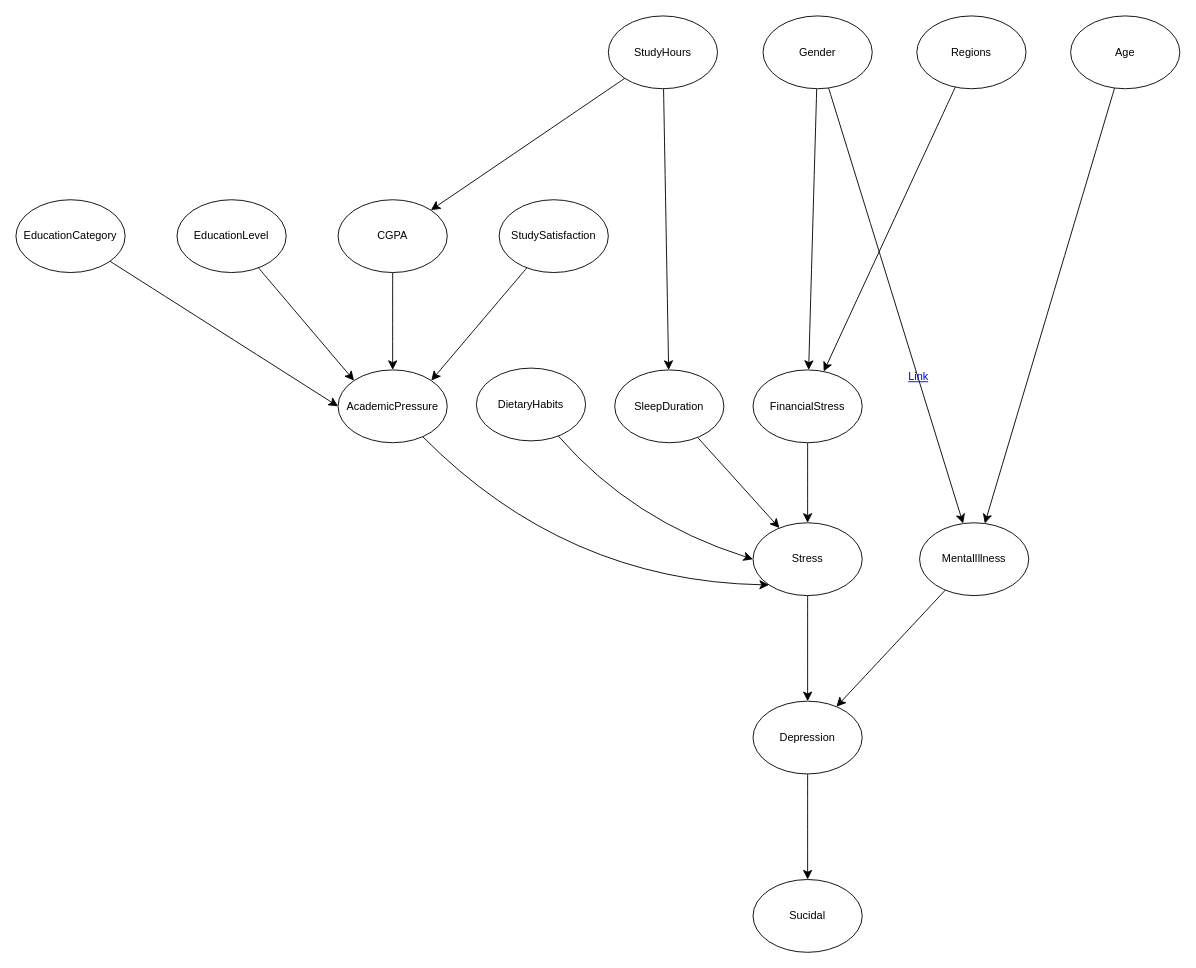
Earlier version of the draw.io diagram page "Structure" (2 of 2) of Pelle/BN_structure.drawio (Shardyne/faikr3-project). Source tidied: cells renumbered, new cells numbered last; positions are measured from the earlier drawing's top-left corner, leaving out a move shared by most shapes. Both pictures are drawn from the tidied source at 91%, with x=0, y=0 at pixel (15, 15).
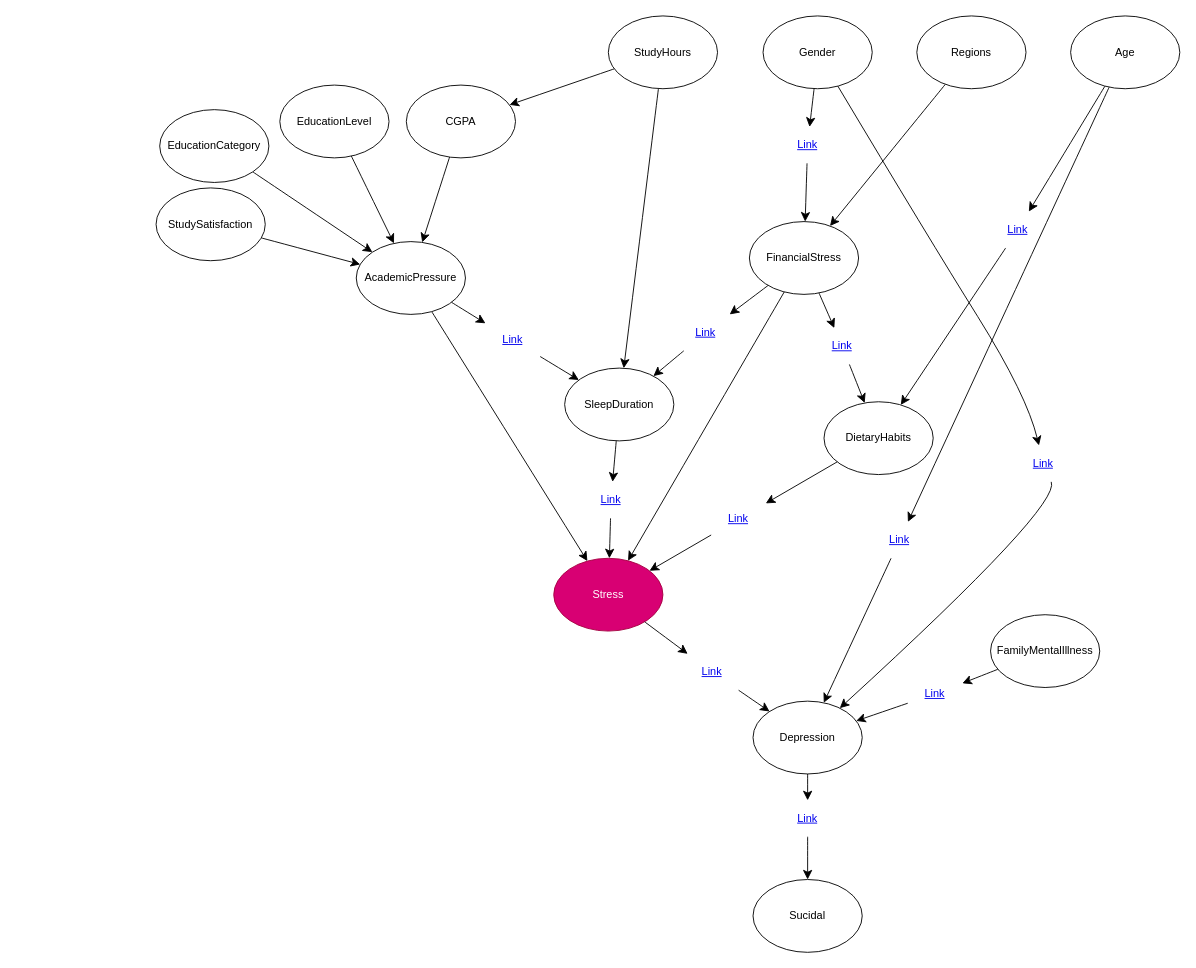
Above is the later version.

Commit message:
New revision of BN network structure with articles

Unchanged cells that the change refers to:
```xml
<mxCell id="3" value="Depression" style="ellipse;whiteSpace=wrap;html=1;" parent="1" vertex="1">
  <mxGeometry x="810" y="753" width="120" height="80" as="geometry" />
</mxCell>
<mxCell id="4" value="Sucidal" style="ellipse;whiteSpace=wrap;html=1;" parent="1" vertex="1">
  <mxGeometry x="810" y="949" width="120" height="80" as="geometry" />
</mxCell>
<mxCell id="32" value="Gender" style="ellipse;whiteSpace=wrap;html=1;" parent="1" vertex="1">
  <mxGeometry x="821" width="120" height="80" as="geometry" />
</mxCell>
<mxCell id="34" value="Age" style="ellipse;whiteSpace=wrap;html=1;" parent="1" vertex="1">
  <mxGeometry x="1159" width="120" height="80" as="geometry" />
</mxCell>
```

Diff of the diagram source:
```diff
@@
-    <mxCell id="2" style="edgeStyle=none;curved=1;rounded=0;jettySize=auto;html=1;fontSize=12;startSize=8;endSize=8;" parent="1" edge="1" source="3" target="4">
+    <mxCell id="2" style="edgeStyle=none;curved=1;rounded=0;jettySize=auto;html=1;fontSize=12;startSize=8;endSize=8;" parent="1" edge="1" source="47" target="4">
       <mxGeometry relative="1" as="geometry" />
     </mxCell>
@@
-    <mxCell id="5" style="edgeStyle=none;curved=1;rounded=0;jettySize=auto;html=1;fontSize=12;startSize=8;endSize=8;" parent="1" edge="1" source="6" target="3">
+    <mxCell id="5" style="edgeStyle=none;curved=1;rounded=0;jettySize=auto;html=1;fontSize=12;startSize=8;endSize=8;" parent="1" edge="1" source="61" target="3">
       <mxGeometry relative="1" as="geometry" />
     </mxCell>
-    <mxCell id="6" value="MentalIllness" style="ellipse;whiteSpace=wrap;html=1;" parent="1" vertex="1">
-      <mxGeometry x="993" y="557" width="120" height="80" as="geometry" />
+    <mxCell id="6" value="FamilyMentalIllness" style="ellipse;whiteSpace=wrap;html=1;" parent="1" vertex="1">
+      <mxGeometry x="1071" y="658" width="120" height="80" as="geometry" />
     </mxCell>
-    <mxCell id="7" style="edgeStyle=none;curved=1;rounded=0;jettySize=auto;html=1;fontSize=12;startSize=8;endSize=8;" parent="1" edge="1" source="8" target="3">
+    <mxCell id="7" style="edgeStyle=none;curved=1;rounded=0;jettySize=auto;html=1;fontSize=12;startSize=8;endSize=8;" parent="1" edge="1" source="49" target="3">
       <mxGeometry relative="1" as="geometry" />
     </mxCell>
-    <mxCell id="8" value="Stress" style="ellipse;whiteSpace=wrap;html=1;strokeColor=light-dark(#000000,#FF0000);" parent="1" vertex="1">
-      <mxGeometry x="810" y="557" width="120" height="80" as="geometry" />
+    <mxCell id="8" value="Stress" style="ellipse;whiteSpace=wrap;html=1;strokeColor=#A50040;fillColor=#d80073;fontColor=#ffffff;" parent="1" vertex="1">
+      <mxGeometry x="591" y="596" width="120" height="80" as="geometry" />
     </mxCell>
@@
+    <mxCell id="36" style="edgeStyle=none;curved=1;rounded=0;jettySize=auto;html=1;fontSize=12;startSize=8;endSize=8;" parent="1" edge="1" source="55" target="14">
+      <mxGeometry relative="1" as="geometry" />
+    </mxCell>
+    <mxCell id="37" style="edgeStyle=none;curved=1;rounded=0;jettySize=auto;html=1;fontSize=12;startSize=8;endSize=8;" parent="1" edge="1" source="53" target="12">
+      <mxGeometry relative="1" as="geometry" />
+    </mxCell>
     <mxCell id="10" value="FinancialStress" style="ellipse;whiteSpace=wrap;html=1;" parent="1" vertex="1">
-      <mxGeometry x="810" y="389" width="120" height="80" as="geometry" />
+      <mxGeometry x="806" y="226" width="120" height="80" as="geometry" />
     </mxCell>
-    <mxCell id="11" style="edgeStyle=none;curved=1;rounded=0;jettySize=auto;html=1;fontSize=12;startSize=8;endSize=8;" parent="1" edge="1" source="12" target="8">
+    <mxCell id="11" style="edgeStyle=none;curved=1;rounded=0;jettySize=auto;html=1;fontSize=12;startSize=8;endSize=8;" parent="1" edge="1" source="57" target="8">
       <mxGeometry relative="1" as="geometry" />
     </mxCell>
     <mxCell id="12" value="SleepDuration" style="ellipse;whiteSpace=wrap;html=1;" parent="1" vertex="1">
-      <mxGeometry x="658" y="389" width="120" height="80" as="geometry" />
+      <mxGeometry x="603" y="387" width="120" height="80" as="geometry" />
     </mxCell>
-    <mxCell id="13" style="edgeStyle=none;curved=1;rounded=0;jettySize=auto;html=1;fontSize=12;startSize=8;endSize=8;entryX=0;entryY=0.5;entryDx=0;entryDy=0;" parent="1" edge="1" source="14" target="8">
-      <mxGeometry relative="1" as="geometry">
-        <Array as="points">
-          <mxPoint x="677" y="555" />
-        </Array>
-      </mxGeometry>
+    <mxCell id="13" style="rounded=0;jettySize=auto;html=1;fontSize=12;startSize=8;endSize=8;" parent="1" edge="1" source="51" target="8">
+      <mxGeometry relative="1" as="geometry" />
     </mxCell>
     <mxCell id="14" value="DietaryHabits" style="ellipse;whiteSpace=wrap;html=1;" parent="1" vertex="1">
-      <mxGeometry x="506" y="387" width="120" height="80" as="geometry" />
+      <mxGeometry x="888" y="424" width="120" height="80" as="geometry" />
     </mxCell>
-    <mxCell id="15" style="edgeStyle=none;curved=1;rounded=0;jettySize=auto;html=1;entryX=0;entryY=1;entryDx=0;entryDy=0;fontSize=12;startSize=8;endSize=8;" parent="1" edge="1" source="16" target="8">
-      <mxGeometry relative="1" as="geometry">
-        <Array as="points">
-          <mxPoint x="604" y="621" />
-        </Array>
-      </mxGeometry>
+    <mxCell id="15" style="edgeStyle=none;curved=1;rounded=0;jettySize=auto;html=1;fontSize=12;startSize=8;endSize=8;" parent="1" edge="1" source="16" target="8">
+      <mxGeometry relative="1" as="geometry" />
     </mxCell>
+    <mxCell id="38" style="edgeStyle=none;curved=1;rounded=0;jettySize=auto;html=1;fontSize=12;startSize=8;endSize=8;" parent="1" edge="1" source="59" target="12">
+      <mxGeometry relative="1" as="geometry" />
+    </mxCell>
     <mxCell id="16" value="AcademicPressure" style="ellipse;whiteSpace=wrap;html=1;" parent="1" vertex="1">
-      <mxGeometry x="354" y="389" width="120" height="80" as="geometry" />
+      <mxGeometry x="374" y="248" width="120" height="80" as="geometry" />
     </mxCell>
@@
     <mxCell id="21" value="CGPA" style="ellipse;whiteSpace=wrap;html=1;" parent="1" vertex="1">
-      <mxGeometry x="354" y="202" width="120" height="80" as="geometry" />
+      <mxGeometry x="429" y="76" width="120" height="80" as="geometry" />
     </mxCell>
-    <mxCell id="22" style="edgeStyle=none;curved=1;rounded=0;jettySize=auto;html=1;entryX=1;entryY=0;entryDx=0;entryDy=0;fontSize=12;startSize=8;endSize=8;" parent="1" edge="1" source="23" target="16">
+    <mxCell id="22" style="edgeStyle=none;curved=1;rounded=0;jettySize=auto;html=1;fontSize=12;startSize=8;endSize=8;" parent="1" edge="1" source="23" target="16">
       <mxGeometry relative="1" as="geometry" />
     </mxCell>
     <mxCell id="23" value="StudySatisfaction" style="ellipse;whiteSpace=wrap;html=1;" parent="1" vertex="1">
-      <mxGeometry x="531" y="202" width="120" height="80" as="geometry" />
+      <mxGeometry x="154" y="189" width="120" height="80" as="geometry" />
     </mxCell>
-    <mxCell id="24" style="edgeStyle=none;curved=1;rounded=0;jettySize=auto;html=1;entryX=0;entryY=0;entryDx=0;entryDy=0;fontSize=12;startSize=8;endSize=8;" parent="1" edge="1" source="25" target="16">
+    <mxCell id="24" style="edgeStyle=none;curved=1;rounded=0;jettySize=auto;html=1;fontSize=12;startSize=8;endSize=8;" parent="1" edge="1" source="25" target="16">
       <mxGeometry relative="1" as="geometry" />
     </mxCell>
     <mxCell id="25" value="EducationLevel" style="ellipse;whiteSpace=wrap;html=1;" parent="1" vertex="1">
-      <mxGeometry x="177" y="202" width="120" height="80" as="geometry" />
+      <mxGeometry x="290" y="76" width="120" height="80" as="geometry" />
     </mxCell>
-    <mxCell id="26" style="edgeStyle=none;curved=1;rounded=0;jettySize=auto;html=1;entryX=0;entryY=0.5;entryDx=0;entryDy=0;fontSize=12;startSize=8;endSize=8;" parent="1" edge="1" source="27" target="16">
+    <mxCell id="26" style="edgeStyle=none;curved=1;rounded=0;jettySize=auto;html=1;fontSize=12;startSize=8;endSize=8;" parent="1" edge="1" source="27" target="16">
       <mxGeometry relative="1" as="geometry" />
     </mxCell>
     <mxCell id="27" value="EducationCategory" style="ellipse;whiteSpace=wrap;html=1;" parent="1" vertex="1">
-      <mxGeometry y="202" width="120" height="80" as="geometry" />
+      <mxGeometry x="158" y="103" width="120" height="80" as="geometry" />
     </mxCell>
@@
-    <mxCell id="30" style="edgeStyle=none;curved=1;rounded=0;jettySize=auto;html=1;fontSize=12;startSize=8;endSize=8;" parent="1" edge="1" source="32" target="10">
+    <mxCell id="30" style="edgeStyle=none;curved=1;rounded=0;jettySize=auto;html=1;fontSize=12;startSize=8;endSize=8;" parent="1" edge="1" source="43" target="10">
       <mxGeometry relative="1" as="geometry" />
     </mxCell>
-    <mxCell id="31" style="edgeStyle=none;curved=1;rounded=0;jettySize=auto;html=1;fontSize=12;startSize=8;endSize=8;flowAnimation=0;" parent="1" edge="1" source="32" target="6">
-      <mxGeometry relative="1" as="geometry" />
-    </mxCell>
+    <mxCell id="39" style="edgeStyle=none;curved=1;rounded=0;jettySize=auto;html=1;fontSize=12;startSize=8;endSize=8;" parent="1" edge="1" source="63" target="3">
+      <mxGeometry relative="1" as="geometry">
+        <Array as="points">
+          <mxPoint x="1149" y="538" />
+        </Array>
+      </mxGeometry>
+    </mxCell>
@@
-    <mxCell id="33" style="edgeStyle=none;curved=1;rounded=0;jettySize=auto;html=1;fontSize=12;startSize=8;endSize=8;" parent="1" edge="1" source="34" target="6">
-      <mxGeometry relative="1" as="geometry" />
-    </mxCell>
+    <mxCell id="40" style="edgeStyle=none;curved=1;rounded=0;jettySize=auto;html=1;fontSize=12;startSize=8;endSize=8;" parent="1" edge="1" source="45" target="14">
+      <mxGeometry relative="1" as="geometry" />
+    </mxCell>
+    <mxCell id="41" style="edgeStyle=none;curved=1;rounded=0;jettySize=auto;html=1;fontSize=12;startSize=8;endSize=8;" parent="1" edge="1" source="65" target="3">
+      <mxGeometry relative="1" as="geometry" />
+    </mxCell>
@@
-    <mxCell id="35" value="Link" style="text;html=1;strokeColor=none;fillColor=none;whiteSpace=wrap;align=center;verticalAlign=middle;fontColor=#0000EE;fontStyle=4;" parent="1" vertex="1">
-      <mxGeometry x="962" y="377" width="60" height="40" as="geometry" />
-    </mxCell>
+    <mxCell id="42" style="edgeStyle=none;curved=1;rounded=0;jettySize=auto;html=1;fontSize=12;startSize=8;endSize=8;" parent="1" edge="1" source="32" target="43">
+      <mxGeometry relative="1" as="geometry" />
+    </mxCell>
+    <mxCell id="43" value="Link" style="text;html=1;strokeColor=none;fillColor=none;whiteSpace=wrap;align=center;verticalAlign=middle;fontColor=#0000EE;fontStyle=4;" parent="1" vertex="1">
+      <mxGeometry x="840" y="122" width="60" height="40" as="geometry" />
+    </mxCell>
+    <mxCell id="44" style="edgeStyle=none;curved=1;rounded=0;jettySize=auto;html=1;fontSize=12;startSize=8;endSize=8;" parent="1" edge="1" source="34" target="45">
+      <mxGeometry relative="1" as="geometry" />
+    </mxCell>
+    <mxCell id="45" value="Link" style="text;html=1;strokeColor=none;fillColor=none;whiteSpace=wrap;align=center;verticalAlign=middle;fontColor=#0000EE;fontStyle=4;" parent="1" vertex="1">
+      <mxGeometry x="1071" y="215" width="60" height="40" as="geometry" />
+    </mxCell>
+    <mxCell id="46" style="edgeStyle=none;curved=1;rounded=0;jettySize=auto;html=1;fontSize=12;startSize=8;endSize=8;" parent="1" edge="1" source="3" target="47">
+      <mxGeometry relative="1" as="geometry" />
+    </mxCell>
+    <mxCell id="47" value="Link" style="text;html=1;strokeColor=none;fillColor=none;whiteSpace=wrap;align=center;verticalAlign=middle;fontColor=#0000EE;fontStyle=4;" parent="1" vertex="1">
+      <mxGeometry x="840" y="862" width="60" height="40" as="geometry" />
+    </mxCell>
+    <mxCell id="48" style="edgeStyle=none;curved=1;rounded=0;jettySize=auto;html=1;fontSize=12;startSize=8;endSize=8;" parent="1" edge="1" source="8" target="49">
+      <mxGeometry relative="1" as="geometry" />
+    </mxCell>
+    <mxCell id="49" value="Link" style="text;html=1;strokeColor=none;fillColor=none;whiteSpace=wrap;align=center;verticalAlign=middle;fontColor=#0000EE;fontStyle=4;" parent="1" vertex="1">
+      <mxGeometry x="735" y="701" width="60" height="40" as="geometry" />
+    </mxCell>
+    <mxCell id="50" style="rounded=0;jettySize=auto;html=1;fontSize=12;startSize=8;endSize=8;" parent="1" edge="1" source="14" target="51">
+      <mxGeometry relative="1" as="geometry" />
+    </mxCell>
+    <mxCell id="51" value="Link" style="text;html=1;strokeColor=none;fillColor=none;whiteSpace=wrap;align=center;verticalAlign=middle;fontColor=#0000EE;fontStyle=4;" parent="1" vertex="1">
+      <mxGeometry x="764" y="533" width="60" height="40" as="geometry" />
+    </mxCell>
+    <mxCell id="52" style="edgeStyle=none;curved=1;rounded=0;jettySize=auto;html=1;fontSize=12;startSize=8;endSize=8;" parent="1" edge="1" source="10" target="53">
+      <mxGeometry relative="1" as="geometry" />
+    </mxCell>
+    <mxCell id="53" value="Link" style="text;html=1;strokeColor=none;fillColor=none;whiteSpace=wrap;align=center;verticalAlign=middle;fontColor=#0000EE;fontStyle=4;" parent="1" vertex="1">
+      <mxGeometry x="728" y="328" width="60" height="40" as="geometry" />
+    </mxCell>
+    <mxCell id="54" style="edgeStyle=none;curved=1;rounded=0;jettySize=auto;html=1;fontSize=12;startSize=8;endSize=8;" parent="1" edge="1" source="10" target="55">
+      <mxGeometry relative="1" as="geometry" />
+    </mxCell>
+    <mxCell id="55" value="Link" style="text;html=1;strokeColor=none;fillColor=none;whiteSpace=wrap;align=center;verticalAlign=middle;fontColor=#0000EE;fontStyle=4;" parent="1" vertex="1">
+      <mxGeometry x="878" y="343" width="60" height="40" as="geometry" />
+    </mxCell>
+    <mxCell id="56" style="edgeStyle=none;curved=1;rounded=0;jettySize=auto;html=1;fontSize=12;startSize=8;endSize=8;" parent="1" edge="1" source="12" target="57">
+      <mxGeometry relative="1" as="geometry" />
+    </mxCell>
+    <mxCell id="57" value="Link" style="text;html=1;strokeColor=none;fillColor=none;whiteSpace=wrap;align=center;verticalAlign=middle;fontColor=#0000EE;fontStyle=4;" parent="1" vertex="1">
+      <mxGeometry x="624" y="512" width="60" height="40" as="geometry" />
+    </mxCell>
+    <mxCell id="58" style="edgeStyle=none;curved=1;rounded=0;jettySize=auto;html=1;fontSize=12;startSize=8;endSize=8;" parent="1" edge="1" source="16" target="59">
+      <mxGeometry relative="1" as="geometry" />
+    </mxCell>
+    <mxCell id="59" value="Link" style="text;html=1;strokeColor=none;fillColor=none;whiteSpace=wrap;align=center;verticalAlign=middle;fontColor=#0000EE;fontStyle=4;" parent="1" vertex="1">
+      <mxGeometry x="516" y="336" width="60" height="40" as="geometry" />
+    </mxCell>
+    <mxCell id="60" style="edgeStyle=none;curved=1;rounded=0;jettySize=auto;html=1;fontSize=12;startSize=8;endSize=8;" parent="1" edge="1" source="6" target="61">
+      <mxGeometry relative="1" as="geometry" />
+    </mxCell>
+    <mxCell id="61" value="Link" style="text;html=1;strokeColor=none;fillColor=none;whiteSpace=wrap;align=center;verticalAlign=middle;fontColor=#0000EE;fontStyle=4;" parent="1" vertex="1">
+      <mxGeometry x="980" y="725" width="60" height="40" as="geometry" />
+    </mxCell>
+    <mxCell id="62" style="edgeStyle=none;curved=1;rounded=0;jettySize=auto;html=1;fontSize=12;startSize=8;endSize=8;" parent="1" edge="1" source="32" target="63">
+      <mxGeometry relative="1" as="geometry">
+        <Array as="points">
+          <mxPoint x="1003" y="244" />
+          <mxPoint x="1111" y="417" />
+        </Array>
+      </mxGeometry>
+    </mxCell>
+    <mxCell id="63" value="Link" style="text;html=1;strokeColor=none;fillColor=none;whiteSpace=wrap;align=center;verticalAlign=middle;fontColor=#0000EE;fontStyle=4;" parent="1" vertex="1">
+      <mxGeometry x="1099" y="472" width="60" height="40" as="geometry" />
+    </mxCell>
+    <mxCell id="64" style="edgeStyle=none;curved=1;rounded=0;jettySize=auto;html=1;fontSize=12;startSize=8;endSize=8;" parent="1" edge="1" source="34" target="65">
+      <mxGeometry relative="1" as="geometry" />
+    </mxCell>
+    <mxCell id="65" value="Link" style="text;html=1;strokeColor=none;fillColor=none;whiteSpace=wrap;align=center;verticalAlign=middle;fontColor=#0000EE;fontStyle=4;" parent="1" vertex="1">
+      <mxGeometry x="941" y="556" width="60" height="40" as="geometry" />
+    </mxCell>
```
